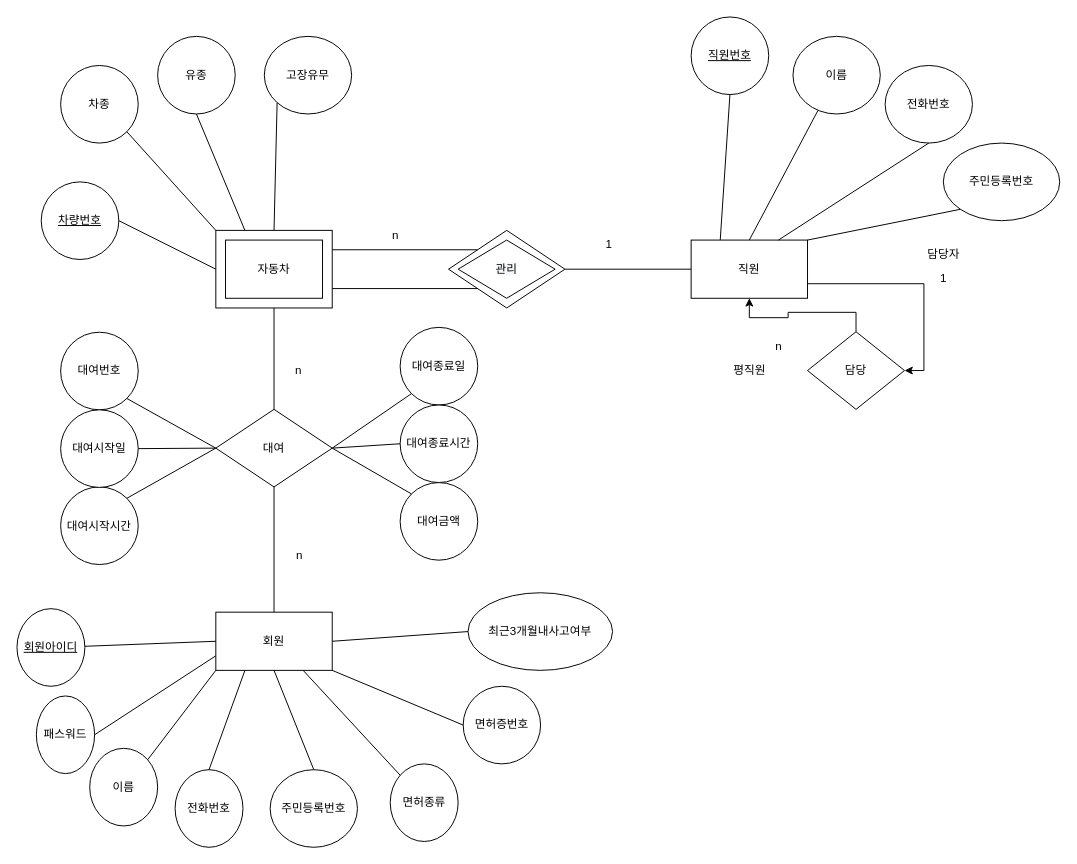
Earlier version of the draw.io diagram CarRental.drawio (junki1912/DBP_CarRental). Source tidied: cells renumbered, new cells numbered last; positions are measured from the earlier drawing's top-left corner, leaving out a move shared by most shapes. Both pictures are drawn from the tidied source at 97%, with x=0, y=0 at pixel (16, 16).
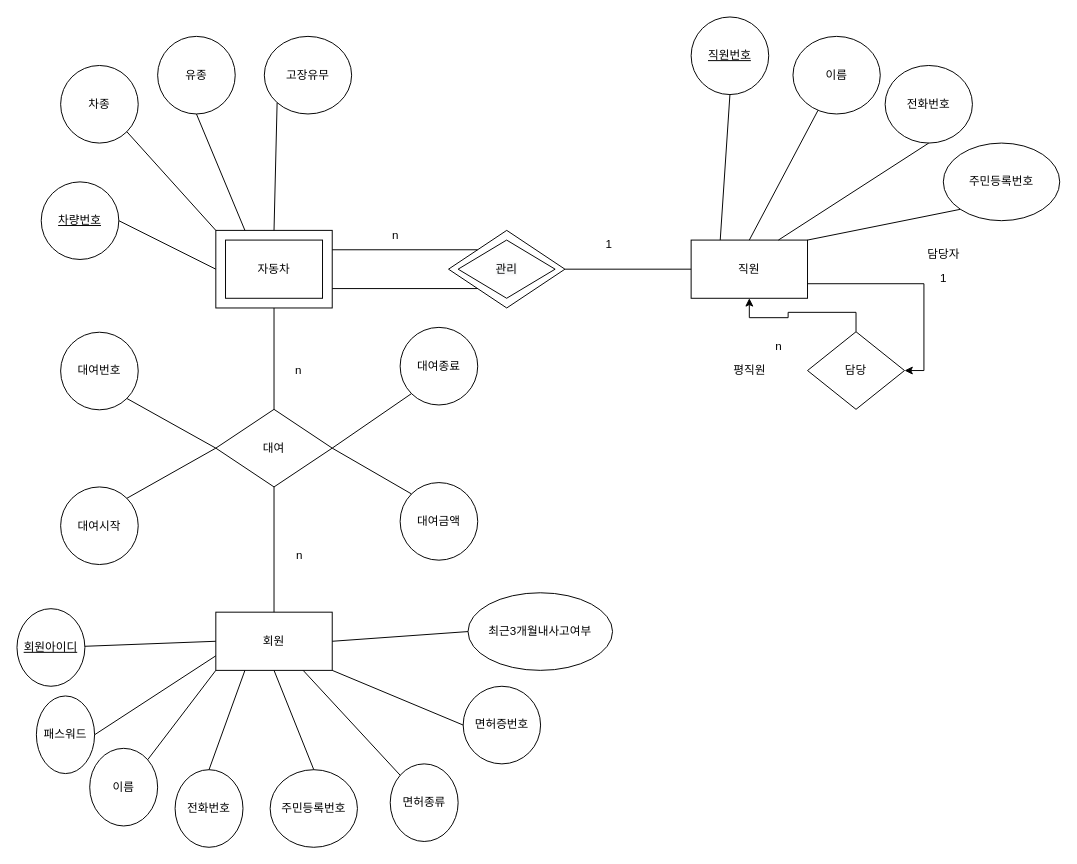
The same diagram, later.

Unchanged cells that the change refers to:
```xml
<mxCell id="21" value="대여" style="rhombus;whiteSpace=wrap;html=1;" parent="1" vertex="1">
  <mxGeometry x="205" y="404.5" width="120" height="80" as="geometry" />
</mxCell>
```

Diff of the diagram source:
```diff
@@
-    <mxCell id="56" value="대여시작시간" style="ellipse;whiteSpace=wrap;html=1;" parent="1" vertex="1">
+    <mxCell id="56" value="대여시작" style="ellipse;whiteSpace=wrap;html=1;" parent="1" vertex="1">
       <mxGeometry x="45" y="484.5" width="80" height="80" as="geometry" />
     </mxCell>
-    <mxCell id="57" value="대여시작일" style="ellipse;whiteSpace=wrap;html=1;" parent="1" vertex="1">
-      <mxGeometry x="45" y="405" width="80" height="80" as="geometry" />
-    </mxCell>
-    <mxCell id="58" value="대여종료일" style="ellipse;whiteSpace=wrap;html=1;" parent="1" vertex="1">
+    <mxCell id="58" value="대여종료" style="ellipse;whiteSpace=wrap;html=1;" parent="1" vertex="1">
       <mxGeometry x="395" y="320" width="80" height="80" as="geometry" />
     </mxCell>
@@
-    <mxCell id="60" style="endArrow=none;html=1;rounded=0;exitX=1;exitY=0.5;exitDx=0;exitDy=0;entryX=0;entryY=0.5;entryDx=0;entryDy=0;" parent="1" edge="1" source="57" target="21">
-      <mxGeometry relative="1" as="geometry" />
-    </mxCell>
@@
-    <mxCell id="62" value="대여종료시간" style="ellipse;whiteSpace=wrap;html=1;" parent="1" vertex="1">
-      <mxGeometry x="395" y="400" width="80" height="80" as="geometry" />
-    </mxCell>
@@
-    <mxCell id="65" style="endArrow=none;html=1;rounded=0;exitX=1;exitY=0.5;exitDx=0;exitDy=0;entryX=0;entryY=0.5;entryDx=0;entryDy=0;" parent="1" edge="1" source="21" target="62">
-      <mxGeometry relative="1" as="geometry" />
-    </mxCell>
```
